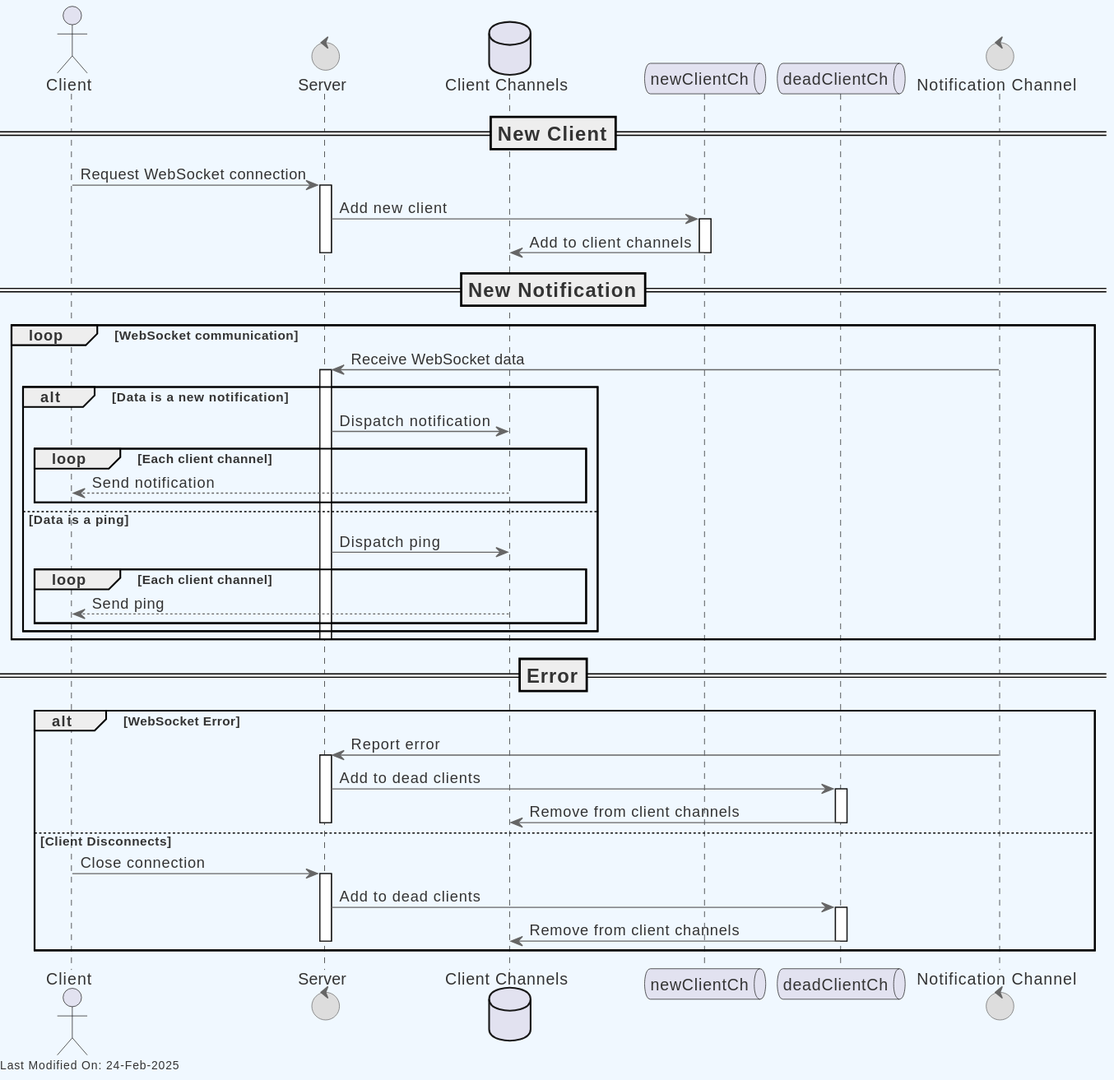
Earlier version of the PlantUML export topics/services/img/plantuml/p2p/p2p_websocket_sequence_diagram.svg (icellan/teranode). Its source is kept beside it as topics/services/img/plantuml/p2p/p2p_websocket_sequence_diagram.puml.
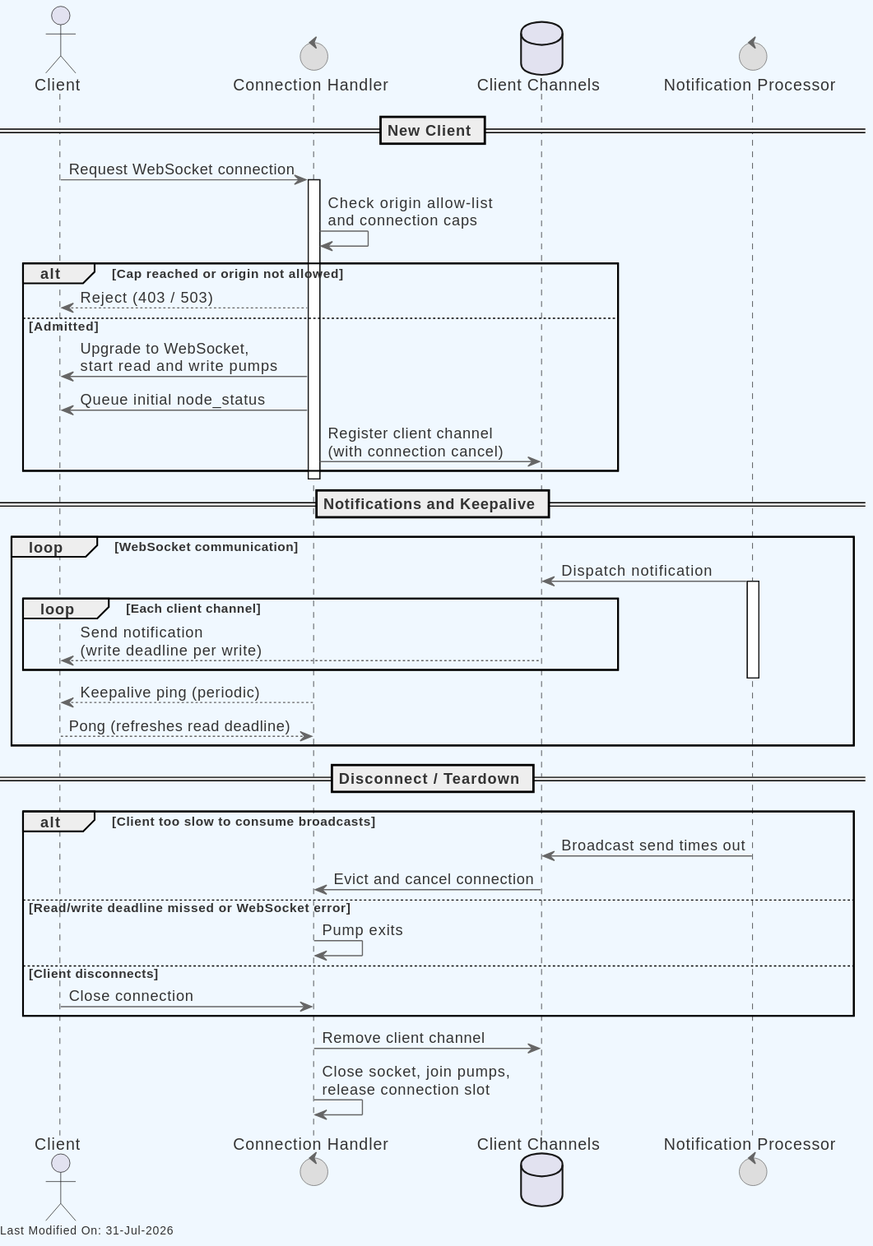
After the change.

The edit, as a diff of the source:
```diff
@@ -22,62 +22,47 @@
 
 
 actor Client
-control "Server" as Server
+control "Connection Handler" as Handler
 database "Client Channels" as Channels
-queue "newClientCh" as NewClientCh
-queue "deadClientCh" as DeadClientCh
-control "Notification Channel" as NotificationChannel
+control "Notification Processor" as Processor
 
-=== New Client ==
+== New Client ==
 
-Client -> Server: Request WebSocket connection
-activate Server
+Client -> Handler: Request WebSocket connection
+activate Handler
+Handler -> Handler: Check origin allow-list\nand connection caps
+alt Cap reached or origin not allowed
+    Handler --> Client: Reject (403 / 503)
+else Admitted
+    Handler -> Client: Upgrade to WebSocket,\nstart read and write pumps
+    Handler -> Client: Queue initial node_status
+    Handler -> Channels: Register client channel\n(with connection cancel)
+end
+deactivate Handler
 
-
-Server -> NewClientCh: Add new client
-activate NewClientCh
-NewClientCh -> Channels: Add to client channels
-deactivate NewClientCh
-deactivate Server
-
-=== New Notification ==
+== Notifications and Keepalive ==
 loop WebSocket communication
-    NotificationChannel -> Server: Receive WebSocket data
-    activate Server
-    alt Data is a new notification
-        Server -> Channels: Dispatch notification
-        loop Each client channel
-            Channels --> Client: Send notification
-        end
-    else Data is a ping
-        Server -> Channels: Dispatch ping
-        loop Each client channel
-            Channels --> Client: Send ping
-        end
+    Processor -> Channels: Dispatch notification
+    activate Processor
+    loop Each client channel
+        Channels --> Client: Send notification\n(write deadline per write)
     end
-    deactivate Server
+    deactivate Processor
+    Handler --> Client: Keepalive ping (periodic)
+    Client --> Handler: Pong (refreshes read deadline)
 end
 
-=== Error ==
-alt WebSocket Error
-    NotificationChannel -> Server: Report error
-    activate Server
-    Server -> DeadClientCh: Add to dead clients
-    activate DeadClientCh
-    DeadClientCh -> Channels: Remove from client channels
-    deactivate DeadClientCh
-    deactivate Server
-else Client Disconnects
-    Client -> Server: Close connection
-    activate Server
-    Server -> DeadClientCh: Add to dead clients
-    activate DeadClientCh
-    DeadClientCh -> Channels: Remove from client channels
-    deactivate DeadClientCh
-    deactivate Server
+== Disconnect / Teardown ==
+alt Client too slow to consume broadcasts
+    Processor -> Channels: Broadcast send times out
+    Channels -> Handler: Evict and cancel connection
+else Read/write deadline missed or WebSocket error
+    Handler -> Handler: Pump exits
+else Client disconnects
+    Client -> Handler: Close connection
 end
-
-deactivate NotificationChannel
+Handler -> Channels: Remove client channel
+Handler -> Handler: Close socket, join pumps,\nrelease connection slot
 
 left footer Last Modified On: %date("dd-MMM-yyyy")
 
```
